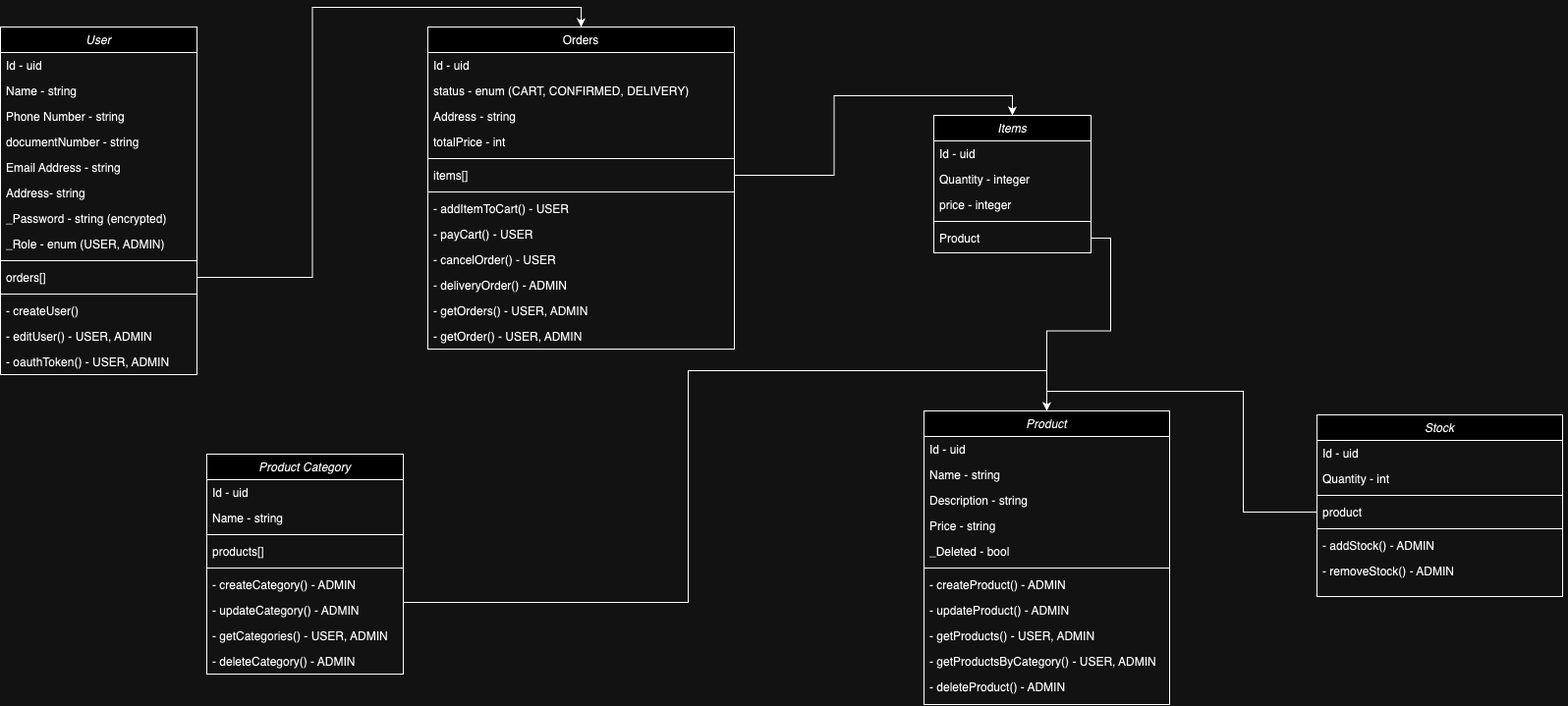
Earlier version of the draw.io export r2-classes-diagram.png (lucasmma/scalable-ecommerce). Source tidied: cells renumbered, new cells last; positions are measured from the earlier drawing's top-left corner, leaving out a move shared by most shapes.
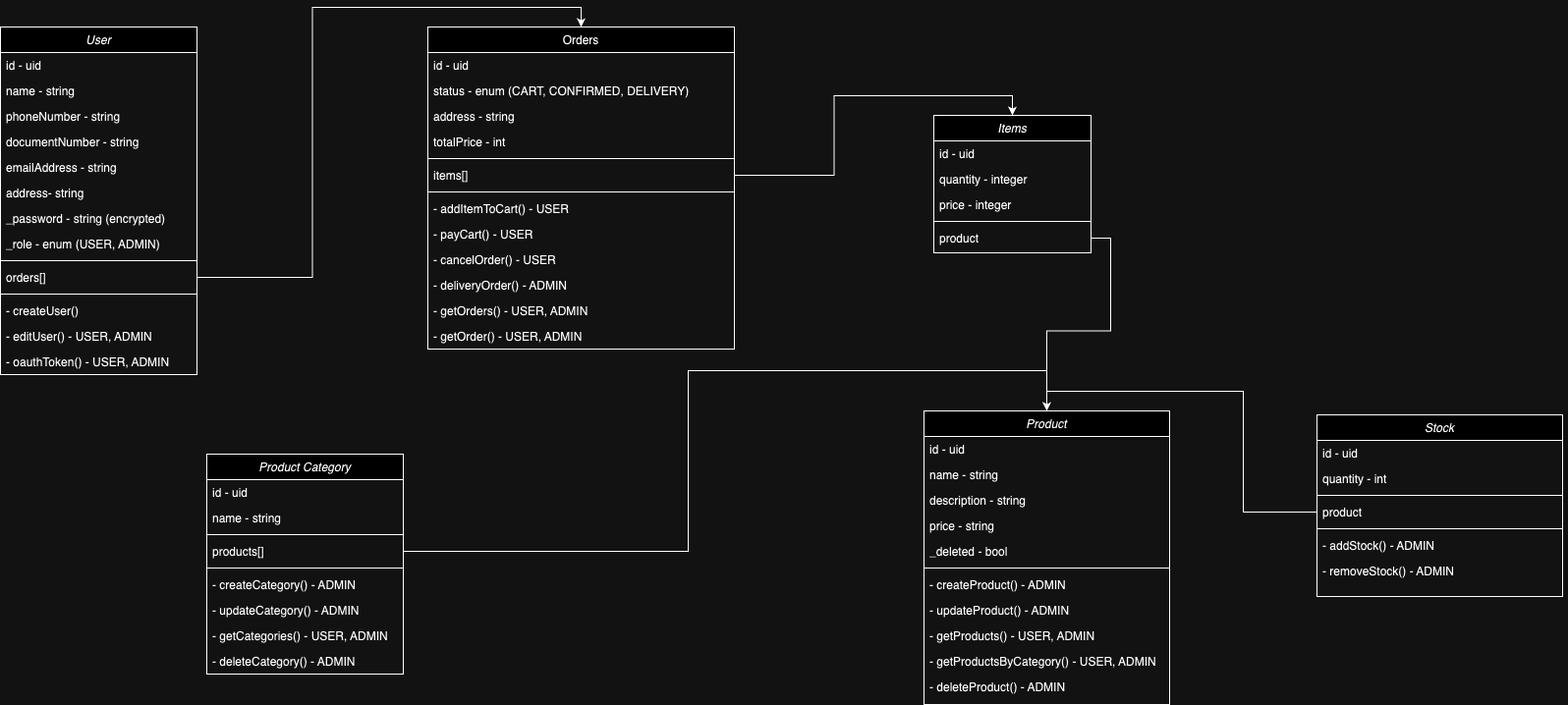
The same diagram one commit later.

What changed in the source:
```diff
@@ -5,28 +5,28 @@
     <mxCell id="2" value="User" style="swimlane;fontStyle=2;align=center;verticalAlign=top;horizontal=1;startSize=26;rounded=0;shadow=0;strokeWidth=1;" parent="1" vertex="1">
       <mxGeometry width="200" height="354" as="geometry" />
     </mxCell>
-    <mxCell id="3" value="Id - uid" style="text;align=left;verticalAlign=top;spacingLeft=4;spacingRight=4;overflow=hidden;rounded=0;shadow=0;html=0;" parent="2" vertex="1">
+    <mxCell id="3" value="id - uid" style="text;align=left;verticalAlign=top;spacingLeft=4;spacingRight=4;overflow=hidden;rounded=0;shadow=0;html=0;" parent="2" vertex="1">
       <mxGeometry y="26" width="200" height="26" as="geometry" />
     </mxCell>
-    <mxCell id="4" value="Name - string" style="text;align=left;verticalAlign=top;spacingLeft=4;spacingRight=4;overflow=hidden;" parent="2" vertex="1">
+    <mxCell id="4" value="name - string" style="text;align=left;verticalAlign=top;spacingLeft=4;spacingRight=4;overflow=hidden;" parent="2" vertex="1">
       <mxGeometry y="52" width="200" height="26" as="geometry" />
     </mxCell>
-    <mxCell id="5" value="Phone Number - string" style="text;align=left;verticalAlign=top;spacingLeft=4;spacingRight=4;overflow=hidden;rounded=0;shadow=0;html=0;" parent="2" vertex="1">
+    <mxCell id="5" value="phoneNumber - string" style="text;align=left;verticalAlign=top;spacingLeft=4;spacingRight=4;overflow=hidden;rounded=0;shadow=0;html=0;" parent="2" vertex="1">
       <mxGeometry y="78" width="200" height="26" as="geometry" />
     </mxCell>
     <mxCell id="6" value="documentNumber - string" style="text;align=left;verticalAlign=top;spacingLeft=4;spacingRight=4;overflow=hidden;rounded=0;shadow=0;html=0;" parent="2" vertex="1">
       <mxGeometry y="104" width="200" height="26" as="geometry" />
     </mxCell>
-    <mxCell id="7" value="Email Address - string" style="text;align=left;verticalAlign=top;spacingLeft=4;spacingRight=4;overflow=hidden;rounded=0;shadow=0;html=0;" parent="2" vertex="1">
+    <mxCell id="7" value="emailAddress - string" style="text;align=left;verticalAlign=top;spacingLeft=4;spacingRight=4;overflow=hidden;rounded=0;shadow=0;html=0;" parent="2" vertex="1">
       <mxGeometry y="130" width="200" height="26" as="geometry" />
     </mxCell>
-    <mxCell id="8" value="Address- string" style="text;align=left;verticalAlign=top;spacingLeft=4;spacingRight=4;overflow=hidden;rounded=0;shadow=0;html=0;" parent="2" vertex="1">
+    <mxCell id="8" value="address- string" style="text;align=left;verticalAlign=top;spacingLeft=4;spacingRight=4;overflow=hidden;rounded=0;shadow=0;html=0;" parent="2" vertex="1">
       <mxGeometry y="156" width="200" height="26" as="geometry" />
     </mxCell>
-    <mxCell id="9" value="_Password - string (encrypted)" style="text;align=left;verticalAlign=top;spacingLeft=4;spacingRight=4;overflow=hidden;rounded=0;shadow=0;html=0;" parent="2" vertex="1">
+    <mxCell id="9" value="_password - string (encrypted)" style="text;align=left;verticalAlign=top;spacingLeft=4;spacingRight=4;overflow=hidden;rounded=0;shadow=0;html=0;" parent="2" vertex="1">
       <mxGeometry y="182" width="200" height="26" as="geometry" />
     </mxCell>
-    <mxCell id="10" value="_Role - enum (USER, ADMIN)" style="text;align=left;verticalAlign=top;spacingLeft=4;spacingRight=4;overflow=hidden;rounded=0;shadow=0;html=0;" parent="2" vertex="1">
+    <mxCell id="10" value="_role - enum (USER, ADMIN)" style="text;align=left;verticalAlign=top;spacingLeft=4;spacingRight=4;overflow=hidden;rounded=0;shadow=0;html=0;" parent="2" vertex="1">
       <mxGeometry y="208" width="200" height="26" as="geometry" />
     </mxCell>
     <mxCell id="11" style="line;html=1;strokeWidth=1;align=left;verticalAlign=middle;spacingTop=-1;spacingLeft=3;spacingRight=3;labelPosition=right;" parent="2" vertex="1">
@@ -50,13 +50,13 @@
     <mxCell id="17" value="Orders" style="swimlane;fontStyle=0;align=center;verticalAlign=top;horizontal=1;startSize=26;rounded=0;shadow=0;strokeWidth=1;" parent="1" vertex="1">
       <mxGeometry x="435" width="312" height="328" as="geometry" />
     </mxCell>
-    <mxCell id="18" value="Id - uid" style="text;align=left;verticalAlign=top;spacingLeft=4;spacingRight=4;overflow=hidden;" parent="17" vertex="1">
+    <mxCell id="18" value="id - uid" style="text;align=left;verticalAlign=top;spacingLeft=4;spacingRight=4;overflow=hidden;" parent="17" vertex="1">
       <mxGeometry y="26" width="312" height="26" as="geometry" />
     </mxCell>
     <mxCell id="19" value="status - enum (CART, CONFIRMED, DELIVERY)" style="text;align=left;verticalAlign=top;spacingLeft=4;spacingRight=4;overflow=hidden;rounded=0;shadow=0;html=0;" parent="17" vertex="1">
       <mxGeometry y="52" width="312" height="26" as="geometry" />
     </mxCell>
-    <mxCell id="20" value="Address - string" style="text;align=left;verticalAlign=top;spacingLeft=4;spacingRight=4;overflow=hidden;rounded=0;shadow=0;html=0;" parent="17" vertex="1">
+    <mxCell id="20" value="address - string" style="text;align=left;verticalAlign=top;spacingLeft=4;spacingRight=4;overflow=hidden;rounded=0;shadow=0;html=0;" parent="17" vertex="1">
       <mxGeometry y="78" width="312" height="26" as="geometry" />
     </mxCell>
     <mxCell id="21" value="totalPrice - int" style="text;align=left;verticalAlign=top;spacingLeft=4;spacingRight=4;overflow=hidden;rounded=0;shadow=0;html=0;" parent="17" vertex="1">
@@ -92,19 +92,19 @@
     <mxCell id="31" value="Product" style="swimlane;fontStyle=2;align=center;verticalAlign=top;horizontal=1;startSize=26;rounded=0;shadow=0;strokeWidth=1;" parent="1" vertex="1">
       <mxGeometry x="940" y="391" width="250" height="299" as="geometry" />
     </mxCell>
-    <mxCell id="32" value="Id - uid" style="text;align=left;verticalAlign=top;spacingLeft=4;spacingRight=4;overflow=hidden;rounded=0;shadow=0;html=0;" parent="31" vertex="1">
+    <mxCell id="32" value="id - uid" style="text;align=left;verticalAlign=top;spacingLeft=4;spacingRight=4;overflow=hidden;rounded=0;shadow=0;html=0;" parent="31" vertex="1">
       <mxGeometry y="26" width="250" height="26" as="geometry" />
     </mxCell>
-    <mxCell id="33" value="Name - string" style="text;align=left;verticalAlign=top;spacingLeft=4;spacingRight=4;overflow=hidden;" parent="31" vertex="1">
+    <mxCell id="33" value="name - string" style="text;align=left;verticalAlign=top;spacingLeft=4;spacingRight=4;overflow=hidden;" parent="31" vertex="1">
       <mxGeometry y="52" width="250" height="26" as="geometry" />
     </mxCell>
-    <mxCell id="34" value="Description - string" style="text;align=left;verticalAlign=top;spacingLeft=4;spacingRight=4;overflow=hidden;rounded=0;shadow=0;html=0;" parent="31" vertex="1">
+    <mxCell id="34" value="description - string" style="text;align=left;verticalAlign=top;spacingLeft=4;spacingRight=4;overflow=hidden;rounded=0;shadow=0;html=0;" parent="31" vertex="1">
       <mxGeometry y="78" width="250" height="26" as="geometry" />
     </mxCell>
-    <mxCell id="35" value="Price - string" style="text;align=left;verticalAlign=top;spacingLeft=4;spacingRight=4;overflow=hidden;rounded=0;shadow=0;html=0;" parent="31" vertex="1">
+    <mxCell id="35" value="price - string" style="text;align=left;verticalAlign=top;spacingLeft=4;spacingRight=4;overflow=hidden;rounded=0;shadow=0;html=0;" parent="31" vertex="1">
       <mxGeometry y="104" width="250" height="26" as="geometry" />
     </mxCell>
-    <mxCell id="36" value="_Deleted - bool" style="text;align=left;verticalAlign=top;spacingLeft=4;spacingRight=4;overflow=hidden;rounded=0;shadow=0;html=0;" parent="31" vertex="1">
+    <mxCell id="36" value="_deleted - bool" style="text;align=left;verticalAlign=top;spacingLeft=4;spacingRight=4;overflow=hidden;rounded=0;shadow=0;html=0;" parent="31" vertex="1">
       <mxGeometry y="130" width="250" height="26" as="geometry" />
     </mxCell>
     <mxCell id="37" style="line;html=1;strokeWidth=1;align=left;verticalAlign=middle;spacingTop=-1;spacingLeft=3;spacingRight=3;labelPosition=right;" parent="31" vertex="1">
@@ -128,10 +128,10 @@
     <mxCell id="43" value="Items" style="swimlane;fontStyle=2;align=center;verticalAlign=top;horizontal=1;startSize=26;rounded=0;shadow=0;strokeWidth=1;" parent="1" vertex="1">
       <mxGeometry x="950" y="90" width="160" height="140" as="geometry" />
     </mxCell>
-    <mxCell id="44" value="Id - uid" style="text;align=left;verticalAlign=top;spacingLeft=4;spacingRight=4;overflow=hidden;rounded=0;shadow=0;html=0;" parent="43" vertex="1">
+    <mxCell id="44" value="id - uid" style="text;align=left;verticalAlign=top;spacingLeft=4;spacingRight=4;overflow=hidden;rounded=0;shadow=0;html=0;" parent="43" vertex="1">
       <mxGeometry y="26" width="160" height="26" as="geometry" />
     </mxCell>
-    <mxCell id="45" value="Quantity - integer" style="text;align=left;verticalAlign=top;spacingLeft=4;spacingRight=4;overflow=hidden;" parent="43" vertex="1">
+    <mxCell id="45" value="quantity - integer" style="text;align=left;verticalAlign=top;spacingLeft=4;spacingRight=4;overflow=hidden;" parent="43" vertex="1">
       <mxGeometry y="52" width="160" height="26" as="geometry" />
     </mxCell>
     <mxCell id="46" value="price - integer" style="text;align=left;verticalAlign=top;spacingLeft=4;spacingRight=4;overflow=hidden;" parent="43" vertex="1">
@@ -140,16 +140,16 @@
     <mxCell id="47" style="line;html=1;strokeWidth=1;align=left;verticalAlign=middle;spacingTop=-1;spacingLeft=3;spacingRight=3;labelPosition=right;" parent="43" vertex="1">
       <mxGeometry y="104" width="160" height="8" as="geometry" />
     </mxCell>
-    <mxCell id="48" value="Product" style="text;align=left;verticalAlign=top;spacingLeft=4;spacingRight=4;overflow=hidden;points=[[0,0.5],[1,0.5]];portConstraint=eastwest;" parent="43" vertex="1">
+    <mxCell id="48" value="product" style="text;align=left;verticalAlign=top;spacingLeft=4;spacingRight=4;overflow=hidden;points=[[0,0.5],[1,0.5]];portConstraint=eastwest;" parent="43" vertex="1">
       <mxGeometry y="112" width="160" height="26" as="geometry" />
     </mxCell>
     <mxCell id="49" value="Product Category" style="swimlane;fontStyle=2;align=center;verticalAlign=top;horizontal=1;startSize=26;rounded=0;shadow=0;strokeWidth=1;" parent="1" vertex="1">
       <mxGeometry x="210" y="435" width="200" height="224" as="geometry" />
     </mxCell>
-    <mxCell id="50" value="Id - uid" style="text;align=left;verticalAlign=top;spacingLeft=4;spacingRight=4;overflow=hidden;rounded=0;shadow=0;html=0;" parent="49" vertex="1">
+    <mxCell id="50" value="id - uid" style="text;align=left;verticalAlign=top;spacingLeft=4;spacingRight=4;overflow=hidden;rounded=0;shadow=0;html=0;" parent="49" vertex="1">
       <mxGeometry y="26" width="200" height="26" as="geometry" />
     </mxCell>
-    <mxCell id="51" value="Name - string" style="text;align=left;verticalAlign=top;spacingLeft=4;spacingRight=4;overflow=hidden;" parent="49" vertex="1">
+    <mxCell id="51" value="name - string" style="text;align=left;verticalAlign=top;spacingLeft=4;spacingRight=4;overflow=hidden;" parent="49" vertex="1">
       <mxGeometry y="52" width="200" height="26" as="geometry" />
     </mxCell>
     <mxCell id="52" style="line;html=1;strokeWidth=1;align=left;verticalAlign=middle;spacingTop=-1;spacingLeft=3;spacingRight=3;labelPosition=right;" parent="49" vertex="1">
@@ -185,7 +185,7 @@
     <mxCell id="62" style="edgeStyle=orthogonalEdgeStyle;rounded=0;jettySize=auto;html=1;exitX=1;exitY=0.5;exitDx=0;exitDy=0;entryX=0.5;entryY=0;entryDx=0;entryDy=0;" parent="1" edge="1" source="53" target="31">
       <mxGeometry relative="1" as="geometry">
         <Array as="points">
-          <mxPoint x="700" y="586" />
+          <mxPoint x="700" y="534" />
           <mxPoint x="700" y="350" />
           <mxPoint x="1065" y="350" />
         </Array>
@@ -194,10 +194,10 @@
     <mxCell id="63" value="Stock" style="swimlane;fontStyle=2;align=center;verticalAlign=top;horizontal=1;startSize=26;rounded=0;shadow=0;strokeWidth=1;" parent="1" vertex="1">
       <mxGeometry x="1340" y="395" width="250" height="185" as="geometry" />
     </mxCell>
-    <mxCell id="64" value="Id - uid" style="text;align=left;verticalAlign=top;spacingLeft=4;spacingRight=4;overflow=hidden;rounded=0;shadow=0;html=0;" parent="63" vertex="1">
+    <mxCell id="64" value="id - uid" style="text;align=left;verticalAlign=top;spacingLeft=4;spacingRight=4;overflow=hidden;rounded=0;shadow=0;html=0;" parent="63" vertex="1">
       <mxGeometry y="26" width="250" height="26" as="geometry" />
     </mxCell>
-    <mxCell id="65" value="Quantity - int" style="text;align=left;verticalAlign=top;spacingLeft=4;spacingRight=4;overflow=hidden;" parent="63" vertex="1">
+    <mxCell id="65" value="quantity - int" style="text;align=left;verticalAlign=top;spacingLeft=4;spacingRight=4;overflow=hidden;" parent="63" vertex="1">
       <mxGeometry y="52" width="250" height="26" as="geometry" />
     </mxCell>
     <mxCell id="66" value="&lt;span style=&quot;color: rgba(0, 0, 0, 0); font-family: monospace; font-size: 0px; background-color: rgb(251, 251, 251);&quot;&gt;%3CmxGraphModel%3E%3Croot%3E%3CmxCell%20id%3D%220%22%2F%3E%3CmxCell%20id%3D%221%22%20parent%3D%220%22%2F%3E%3CmxCell%20id%3D%222%22%20value%3D%22Quantity%20-%20int%22%20style%3D%22text%3Balign%3Dleft%3BverticalAlign%3Dtop%3BspacingLeft%3D4%3BspacingRight%3D4%3Boverflow%3Dhidden%3Brotatable%3D0%3Bpoints%3D%5B%5B0%2C0.5%5D%2C%5B1%2C0.5%5D%5D%3BportConstraint%3Deastwest%3B%22%20vertex%3D%221%22%20parent%3D%221%22%3E%3CmxGeometry%20x%3D%221420%22%20y%3D%22477%22%20width%3D%22250%22%20height%3D%2226%22%20as%3D%22geometry%22%2F%3E%3C%2FmxCell%3E%3C%2Froot%3E%3C%2FmxGraphModel%3E&lt;/span&gt;" style="line;html=1;strokeWidth=1;align=left;verticalAlign=middle;spacingTop=-1;spacingLeft=3;spacingRight=3;labelPosition=right;" parent="63" vertex="1">
```
